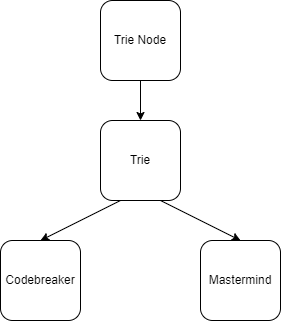
Earlier version of the draw.io export structure.drawio.png (Yuzyx17/WordWiz). Source tidied: cells renumbered, new cells last; positions are measured from the earlier drawing's top-left corner, leaving out a move shared by most shapes.
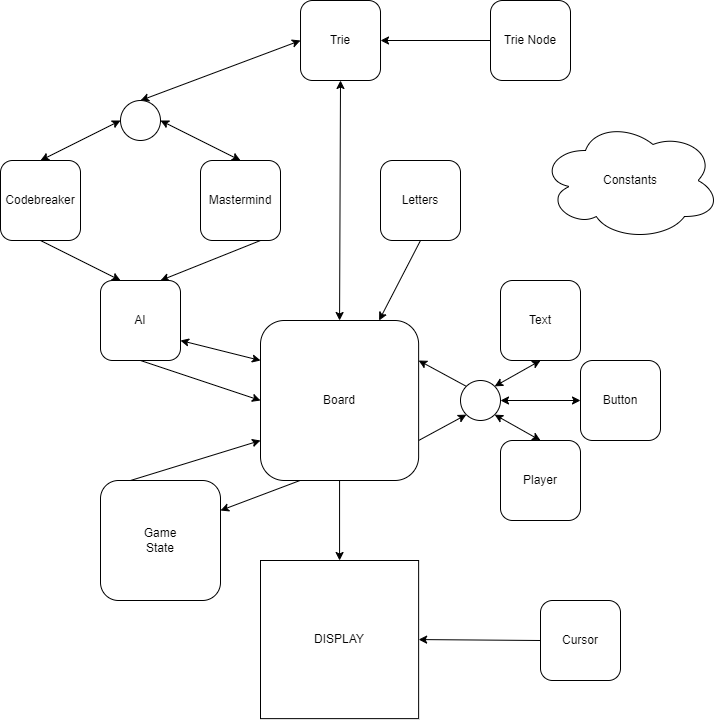
After the commit.

Change to the diagram source:
```diff
@@ -2,26 +2,110 @@
   <root>
     <mxCell id="0" />
     <mxCell id="1" parent="0" />
-    <mxCell id="2" style="edgeStyle=none;html=1;exitX=0.25;exitY=1;exitDx=0;exitDy=0;entryX=0.5;entryY=0;entryDx=0;entryDy=0;" parent="1" edge="1" source="4" target="7">
+    <mxCell id="2" style="edgeStyle=none;html=1;exitX=0;exitY=0.5;exitDx=0;exitDy=0;entryX=0.5;entryY=0;entryDx=0;entryDy=0;startArrow=classic;startFill=1;" parent="1" edge="1" source="22" target="7">
       <mxGeometry relative="1" as="geometry" />
     </mxCell>
-    <mxCell id="3" style="edgeStyle=none;html=1;exitX=0.75;exitY=1;exitDx=0;exitDy=0;entryX=0.5;entryY=0;entryDx=0;entryDy=0;" parent="1" edge="1" source="4" target="8">
+    <mxCell id="3" style="edgeStyle=none;html=1;exitX=1;exitY=0.5;exitDx=0;exitDy=0;entryX=0.5;entryY=0;entryDx=0;entryDy=0;startArrow=classic;startFill=1;" parent="1" edge="1" source="22" target="8">
       <mxGeometry relative="1" as="geometry" />
     </mxCell>
+    <mxCell id="9" style="edgeStyle=none;html=1;exitX=0;exitY=0.5;exitDx=0;exitDy=0;entryX=0.5;entryY=0;entryDx=0;entryDy=0;startArrow=classic;startFill=1;" parent="1" edge="1" source="4" target="22">
+      <mxGeometry relative="1" as="geometry" />
+    </mxCell>
+    <mxCell id="10" style="edgeStyle=none;html=1;exitX=0.5;exitY=1;exitDx=0;exitDy=0;entryX=0.5;entryY=0;entryDx=0;entryDy=0;startArrow=classic;startFill=1;" parent="1" edge="1" source="4" target="21">
+      <mxGeometry relative="1" as="geometry" />
+    </mxCell>
     <mxCell id="4" value="Trie" style="rounded=1;whiteSpace=wrap;html=1;" parent="1" vertex="1">
-      <mxGeometry x="100" y="120" width="80" height="80" as="geometry" />
+      <mxGeometry x="300" y="80" width="80" height="80" as="geometry" />
     </mxCell>
     <mxCell id="5" style="edgeStyle=none;html=1;" parent="1" edge="1" source="6" target="4">
       <mxGeometry relative="1" as="geometry" />
     </mxCell>
     <mxCell id="6" value="Trie Node" style="rounded=1;whiteSpace=wrap;html=1;" parent="1" vertex="1">
-      <mxGeometry x="100" width="80" height="80" as="geometry" />
+      <mxGeometry x="490" y="80" width="80" height="80" as="geometry" />
     </mxCell>
+    <mxCell id="11" style="edgeStyle=none;html=1;exitX=0.5;exitY=1;exitDx=0;exitDy=0;entryX=0.25;entryY=0;entryDx=0;entryDy=0;" parent="1" edge="1" source="7" target="14">
+      <mxGeometry relative="1" as="geometry" />
+    </mxCell>
     <mxCell id="7" value="Codebreaker" style="rounded=1;whiteSpace=wrap;html=1;" parent="1" vertex="1">
       <mxGeometry y="240" width="80" height="80" as="geometry" />
     </mxCell>
+    <mxCell id="12" style="edgeStyle=none;html=1;exitX=0.75;exitY=1;exitDx=0;exitDy=0;entryX=0.75;entryY=0;entryDx=0;entryDy=0;" parent="1" edge="1" source="8" target="14">
+      <mxGeometry relative="1" as="geometry" />
+    </mxCell>
     <mxCell id="8" value="Mastermind" style="rounded=1;whiteSpace=wrap;html=1;" parent="1" vertex="1">
       <mxGeometry x="200" y="240" width="80" height="80" as="geometry" />
     </mxCell>
+    <mxCell id="13" style="edgeStyle=none;html=1;exitX=0.5;exitY=1;exitDx=0;exitDy=0;entryX=0;entryY=0.5;entryDx=0;entryDy=0;" parent="1" edge="1" source="14" target="21">
+      <mxGeometry relative="1" as="geometry" />
+    </mxCell>
+    <mxCell id="14" value="AI" style="rounded=1;whiteSpace=wrap;html=1;" parent="1" vertex="1">
+      <mxGeometry x="100" y="360" width="80" height="80" as="geometry" />
+    </mxCell>
+    <mxCell id="15" style="edgeStyle=none;html=1;exitX=0.25;exitY=0;exitDx=0;exitDy=0;entryX=0;entryY=0.75;entryDx=0;entryDy=0;" parent="1" edge="1" source="16" target="21">
+      <mxGeometry relative="1" as="geometry" />
+    </mxCell>
+    <mxCell id="16" value="Game&lt;br&gt;State" style="rounded=1;whiteSpace=wrap;html=1;" parent="1" vertex="1">
+      <mxGeometry x="100" y="560" width="120" height="120" as="geometry" />
+    </mxCell>
+    <mxCell id="17" style="edgeStyle=none;html=1;exitX=0.25;exitY=1;exitDx=0;exitDy=0;entryX=1;entryY=0.25;entryDx=0;entryDy=0;" parent="1" edge="1" source="21" target="16">
+      <mxGeometry relative="1" as="geometry" />
+    </mxCell>
+    <mxCell id="18" style="edgeStyle=none;html=1;exitX=0.5;exitY=1;exitDx=0;exitDy=0;entryX=0.5;entryY=0;entryDx=0;entryDy=0;" parent="1" edge="1" source="21" target="29">
+      <mxGeometry relative="1" as="geometry" />
+    </mxCell>
+    <mxCell id="19" style="edgeStyle=none;html=1;exitX=1;exitY=0.75;exitDx=0;exitDy=0;entryX=0;entryY=1;entryDx=0;entryDy=0;" parent="1" edge="1" source="21" target="33">
+      <mxGeometry relative="1" as="geometry" />
+    </mxCell>
+    <mxCell id="20" style="edgeStyle=none;html=1;exitX=0;exitY=0.25;exitDx=0;exitDy=0;entryX=1;entryY=0.75;entryDx=0;entryDy=0;startArrow=classic;startFill=1;" parent="1" edge="1" source="21" target="14">
+      <mxGeometry relative="1" as="geometry" />
+    </mxCell>
+    <mxCell id="21" value="Board" style="rounded=1;whiteSpace=wrap;html=1;" parent="1" vertex="1">
+      <mxGeometry x="260" y="400" width="158.1" height="160" as="geometry" />
+    </mxCell>
+    <mxCell id="22" style="ellipse;whiteSpace=wrap;html=1;" parent="1" vertex="1">
+      <mxGeometry x="120" y="180" width="40" height="40" as="geometry" />
+    </mxCell>
+    <mxCell id="23" style="edgeStyle=none;html=1;exitX=0.5;exitY=1;exitDx=0;exitDy=0;entryX=0.75;entryY=0;entryDx=0;entryDy=0;" parent="1" edge="1" source="24" target="21">
+      <mxGeometry relative="1" as="geometry" />
+    </mxCell>
+    <mxCell id="24" value="Letters" style="rounded=1;whiteSpace=wrap;html=1;" parent="1" vertex="1">
+      <mxGeometry x="380" y="240" width="80" height="80" as="geometry" />
+    </mxCell>
+    <mxCell id="25" style="edgeStyle=none;html=1;exitX=0;exitY=0.5;exitDx=0;exitDy=0;entryX=1;entryY=0.5;entryDx=0;entryDy=0;startArrow=classic;startFill=1;" parent="1" edge="1" source="26" target="33">
+      <mxGeometry relative="1" as="geometry" />
+    </mxCell>
+    <mxCell id="26" value="Button" style="rounded=1;whiteSpace=wrap;html=1;" parent="1" vertex="1">
+      <mxGeometry x="580" y="440" width="80" height="80" as="geometry" />
+    </mxCell>
+    <mxCell id="27" style="edgeStyle=none;html=1;exitX=0.5;exitY=0;exitDx=0;exitDy=0;entryX=1;entryY=1;entryDx=0;entryDy=0;startArrow=classic;startFill=1;" parent="1" edge="1" source="28" target="33">
+      <mxGeometry relative="1" as="geometry" />
+    </mxCell>
+    <mxCell id="28" value="Player" style="rounded=1;whiteSpace=wrap;html=1;" parent="1" vertex="1">
+      <mxGeometry x="500" y="520" width="80" height="80" as="geometry" />
+    </mxCell>
+    <mxCell id="29" value="DISPLAY" style="whiteSpace=wrap;html=1;" parent="1" vertex="1">
+      <mxGeometry x="260" y="640" width="158.1" height="158.1" as="geometry" />
+    </mxCell>
+    <mxCell id="30" style="edgeStyle=none;html=1;exitX=0;exitY=0.5;exitDx=0;exitDy=0;entryX=1;entryY=0.5;entryDx=0;entryDy=0;" parent="1" edge="1" source="31" target="29">
+      <mxGeometry relative="1" as="geometry" />
+    </mxCell>
+    <mxCell id="31" value="Cursor" style="rounded=1;whiteSpace=wrap;html=1;" parent="1" vertex="1">
+      <mxGeometry x="540" y="680" width="80" height="80" as="geometry" />
+    </mxCell>
+    <mxCell id="32" style="edgeStyle=none;html=1;exitX=0;exitY=0;exitDx=0;exitDy=0;entryX=1;entryY=0.25;entryDx=0;entryDy=0;" parent="1" edge="1" source="33" target="21">
+      <mxGeometry relative="1" as="geometry" />
+    </mxCell>
+    <mxCell id="33" style="ellipse;whiteSpace=wrap;html=1;" parent="1" vertex="1">
+      <mxGeometry x="460" y="460" width="40" height="40" as="geometry" />
+    </mxCell>
+    <mxCell id="34" style="edgeStyle=none;html=1;exitX=0.5;exitY=1;exitDx=0;exitDy=0;entryX=1;entryY=0;entryDx=0;entryDy=0;startArrow=classic;startFill=1;" parent="1" edge="1" source="35" target="33">
+      <mxGeometry relative="1" as="geometry" />
+    </mxCell>
+    <mxCell id="35" value="Text" style="rounded=1;whiteSpace=wrap;html=1;" parent="1" vertex="1">
+      <mxGeometry x="500" y="360" width="80" height="80" as="geometry" />
+    </mxCell>
+    <mxCell id="36" value="Constants" style="ellipse;shape=cloud;whiteSpace=wrap;html=1;" parent="1" vertex="1">
+      <mxGeometry x="540" y="200" width="180" height="120" as="geometry" />
+    </mxCell>
   </root>
 </mxGraphModel>
```
